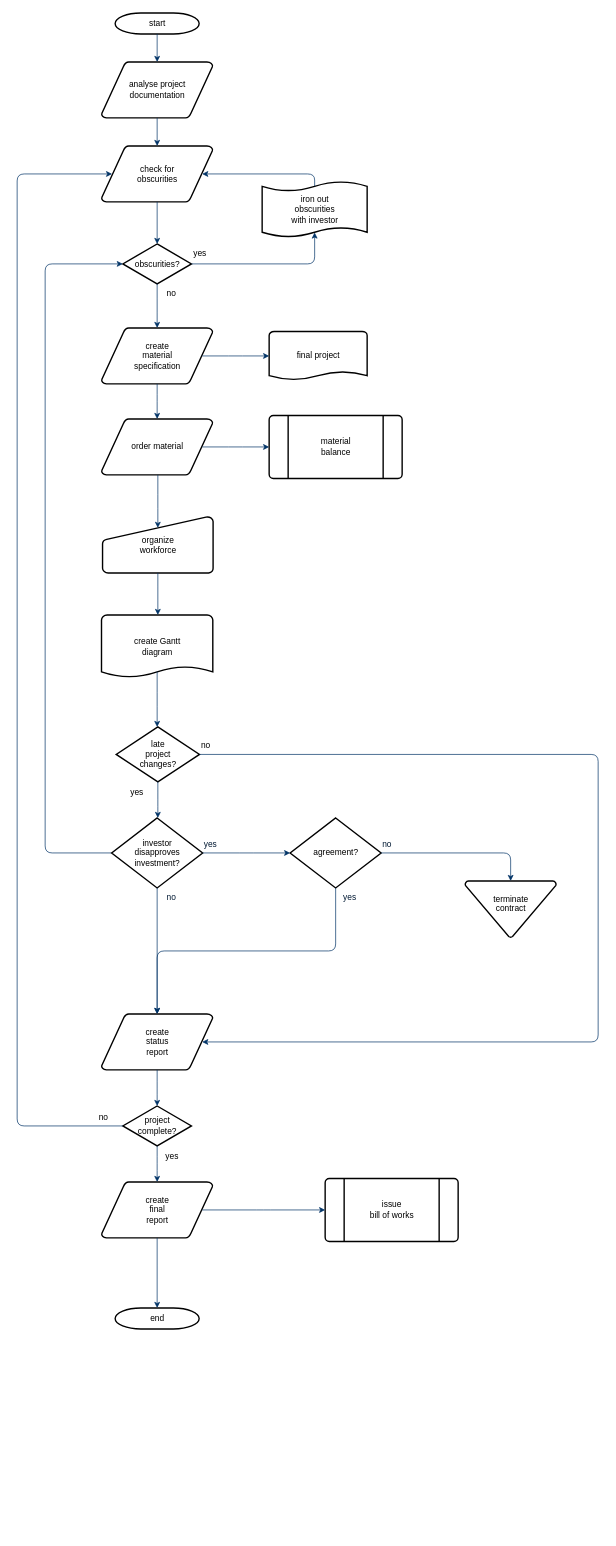
Before: Untitled Diagram.drawio in zaphodikus/EGS-loader, a draw.io diagram. Source tidied: cells renumbered, new cells numbered last; positions are measured from the earlier drawing's top-left corner, leaving out a move shared by most shapes. Both pictures are drawn from the tidied source at 70%, with x=0, y=0 at pixel (17, 13).
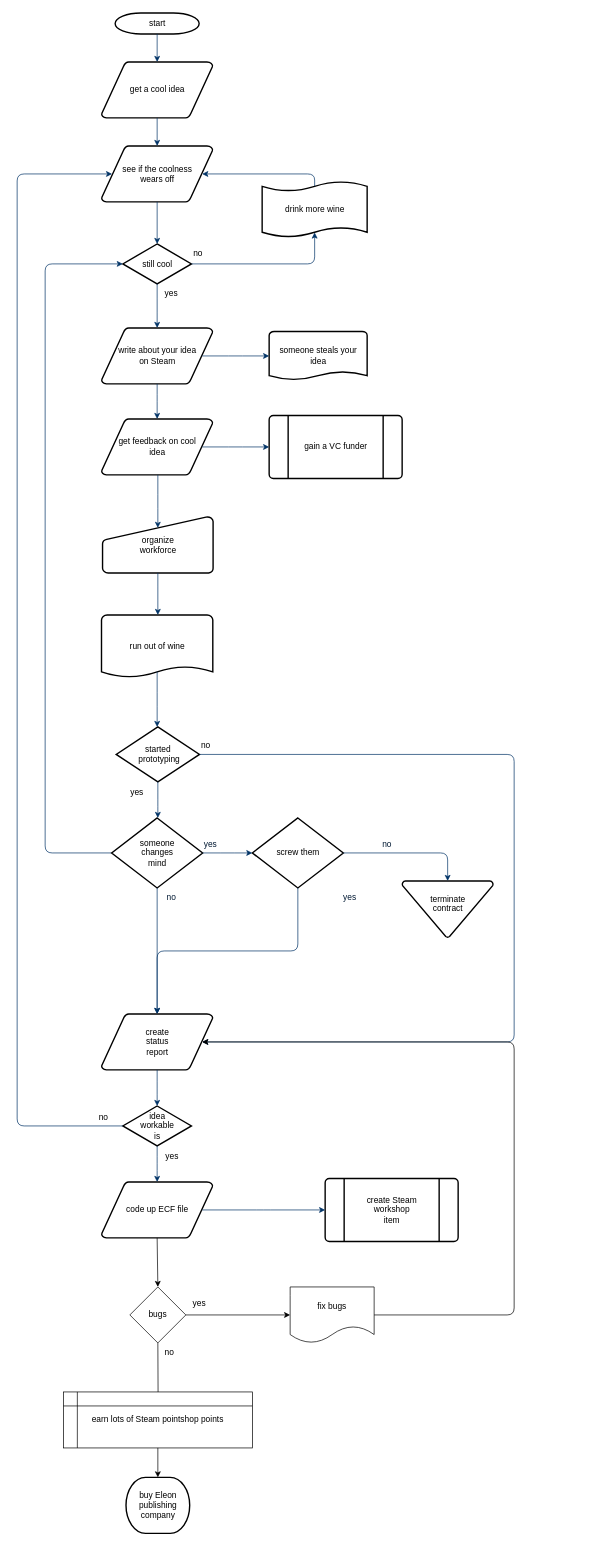
Above is the later version.

Unchanged cells that the change refers to:
```xml
<mxCell id="34" value="create&#10;status&#10;report" style="shape=mxgraph.flowchart.data;strokeWidth=2;gradientColor=none;gradientDirection=north;fontStyle=0;html=1;" parent="1" vertex="1">
  <mxGeometry x="120.5" y="1430" width="159" height="80" as="geometry" />
</mxCell>
```

The edit, as a diff of the source:
```diff
@@
-    <mxCell id="3" value="analyse project&#10; documentation" style="shape=mxgraph.flowchart.data;strokeWidth=2;gradientColor=none;gradientDirection=north;fontStyle=0;html=1;" parent="1" vertex="1">
+    <mxCell id="3" value="get a cool idea" style="shape=mxgraph.flowchart.data;strokeWidth=2;gradientColor=none;gradientDirection=north;fontStyle=0;html=1;" parent="1" vertex="1">
       <mxGeometry x="120.5" y="70" width="159" height="80" as="geometry" />
     </mxCell>
-    <mxCell id="4" value="create&#10;material&#10;specification" style="shape=mxgraph.flowchart.data;strokeWidth=2;gradientColor=none;gradientDirection=north;fontStyle=0;html=1;" parent="1" vertex="1">
+    <mxCell id="4" value="write about your idea&lt;br&gt;on Steam" style="shape=mxgraph.flowchart.data;strokeWidth=2;gradientColor=none;gradientDirection=north;fontStyle=0;html=1;" parent="1" vertex="1">
       <mxGeometry x="120.5" y="450" width="159" height="80" as="geometry" />
     </mxCell>
-    <mxCell id="5" value="check for&#10;obscurities" style="shape=mxgraph.flowchart.data;strokeWidth=2;gradientColor=none;gradientDirection=north;fontStyle=0;html=1;" parent="1" vertex="1">
+    <mxCell id="5" value="see if the coolness&lt;br&gt;wears off" style="shape=mxgraph.flowchart.data;strokeWidth=2;gradientColor=none;gradientDirection=north;fontStyle=0;html=1;" parent="1" vertex="1">
       <mxGeometry x="120.5" y="190" width="159" height="80" as="geometry" />
     </mxCell>
-    <mxCell id="6" value="obscurities?" style="shape=mxgraph.flowchart.decision;strokeWidth=2;gradientColor=none;gradientDirection=north;fontStyle=0;html=1;" parent="1" vertex="1">
+    <mxCell id="6" value="still cool" style="shape=mxgraph.flowchart.decision;strokeWidth=2;gradientColor=none;gradientDirection=north;fontStyle=0;html=1;" parent="1" vertex="1">
       <mxGeometry x="151" y="330" width="98" height="57" as="geometry" />
     </mxCell>
@@
-    <mxCell id="11" value="yes" style="text;fontStyle=0;html=1;strokeColor=none;gradientColor=none;fillColor=none;strokeWidth=2;" parent="1" vertex="1">
+    <mxCell id="11" value="no" style="text;fontStyle=0;html=1;strokeColor=none;gradientColor=none;fillColor=none;strokeWidth=2;" parent="1" vertex="1">
       <mxGeometry x="250" y="330" width="40" height="26" as="geometry" />
     </mxCell>
@@
-    <mxCell id="13" value="order material" style="shape=mxgraph.flowchart.data;strokeWidth=2;gradientColor=none;gradientDirection=north;fontStyle=0;html=1;" parent="1" vertex="1">
+    <mxCell id="13" value="get feedback on cool&lt;br&gt;idea" style="shape=mxgraph.flowchart.data;strokeWidth=2;gradientColor=none;gradientDirection=north;fontStyle=0;html=1;" parent="1" vertex="1">
       <mxGeometry x="120.5" y="580" width="159" height="80" as="geometry" />
     </mxCell>
-    <mxCell id="14" value="no" style="text;fontStyle=0;html=1;strokeColor=none;gradientColor=none;fillColor=none;strokeWidth=2;align=center;" parent="1" vertex="1">
+    <mxCell id="14" value="yes" style="text;fontStyle=0;html=1;strokeColor=none;gradientColor=none;fillColor=none;strokeWidth=2;align=center;" parent="1" vertex="1">
       <mxGeometry x="200" y="387" width="40" height="26" as="geometry" />
     </mxCell>
-    <mxCell id="15" value="final project" style="shape=mxgraph.flowchart.document;strokeWidth=2;gradientColor=none;gradientDirection=north;fontStyle=0;html=1;" parent="1" vertex="1">
+    <mxCell id="15" value="someone steals your &lt;br&gt;idea" style="shape=mxgraph.flowchart.document;strokeWidth=2;gradientColor=none;gradientDirection=north;fontStyle=0;html=1;" parent="1" vertex="1">
       <mxGeometry x="360" y="455" width="140" height="70" as="geometry" />
     </mxCell>
@@
-    <mxCell id="18" value="material&#10;balance" style="shape=mxgraph.flowchart.predefined_process;strokeWidth=2;gradientColor=none;gradientDirection=north;fontStyle=0;html=1;" parent="1" vertex="1">
+    <mxCell id="18" value="gain a VC funder" style="shape=mxgraph.flowchart.predefined_process;strokeWidth=2;gradientColor=none;gradientDirection=north;fontStyle=0;html=1;" parent="1" vertex="1">
       <mxGeometry x="360" y="575" width="190" height="90" as="geometry" />
     </mxCell>
@@
-    <mxCell id="22" value="create Gantt&#10;diagram" style="shape=mxgraph.flowchart.document;strokeWidth=2;gradientColor=none;gradientDirection=north;fontStyle=0;html=1;" parent="1" vertex="1">
+    <mxCell id="22" value="run out of wine" style="shape=mxgraph.flowchart.document;strokeWidth=2;gradientColor=none;gradientDirection=north;fontStyle=0;html=1;" parent="1" vertex="1">
       <mxGeometry x="120.5" y="860" width="159" height="90" as="geometry" />
     </mxCell>
@@
-    <mxCell id="24" value="late&#10;project&#10;changes?" style="shape=mxgraph.flowchart.decision;strokeWidth=2;gradientColor=none;gradientDirection=north;fontStyle=0;html=1;" parent="1" vertex="1">
+    <mxCell id="24" value="started&lt;br&gt;&amp;nbsp;prototyping" style="shape=mxgraph.flowchart.decision;strokeWidth=2;gradientColor=none;gradientDirection=north;fontStyle=0;html=1;" parent="1" vertex="1">
       <mxGeometry x="141.5" y="1020" width="119" height="78.5" as="geometry" />
     </mxCell>
@@
-    <mxCell id="28" value="investor&#10;disapproves&#10; investment?" style="shape=mxgraph.flowchart.decision;strokeWidth=2;gradientColor=none;gradientDirection=north;fontStyle=0;html=1;" parent="1" vertex="1">
+    <mxCell id="28" value="someone &lt;br&gt;changes&lt;br&gt;mind" style="shape=mxgraph.flowchart.decision;strokeWidth=2;gradientColor=none;gradientDirection=north;fontStyle=0;html=1;" parent="1" vertex="1">
       <mxGeometry x="135" y="1150" width="130" height="100" as="geometry" />
     </mxCell>
-    <mxCell id="29" value="agreement?" style="shape=mxgraph.flowchart.decision;strokeWidth=2;gradientColor=none;gradientDirection=north;fontStyle=0;html=1;" parent="1" vertex="1">
-      <mxGeometry x="390" y="1150" width="130" height="100" as="geometry" />
+    <mxCell id="29" value="screw them" style="shape=mxgraph.flowchart.decision;strokeWidth=2;gradientColor=none;gradientDirection=north;fontStyle=0;html=1;" parent="1" vertex="1">
+      <mxGeometry x="336" y="1150" width="130" height="100" as="geometry" />
     </mxCell>
@@
     <mxCell id="32" value="terminate&#10;contract&#10;" style="shape=mxgraph.flowchart.merge_or_storage;strokeWidth=2;gradientColor=none;gradientDirection=north;fontStyle=0;html=1;" parent="1" vertex="1">
-      <mxGeometry x="640" y="1240" width="130" height="80.5" as="geometry" />
+      <mxGeometry x="550" y="1240" width="130" height="80.5" as="geometry" />
     </mxCell>
@@
-    <mxCell id="37" value="project&#10;complete?" style="shape=mxgraph.flowchart.decision;strokeWidth=2;gradientColor=none;gradientDirection=north;fontStyle=0;html=1;" parent="1" vertex="1">
+    <mxCell id="37" value="idea&lt;br&gt;workable&lt;br&gt;is" style="shape=mxgraph.flowchart.decision;strokeWidth=2;gradientColor=none;gradientDirection=north;fontStyle=0;html=1;" parent="1" vertex="1">
       <mxGeometry x="151" y="1561.5" width="98" height="57" as="geometry" />
     </mxCell>
-    <mxCell id="38" value="create&#10;final&#10;report" style="shape=mxgraph.flowchart.data;strokeWidth=2;gradientColor=none;gradientDirection=north;fontStyle=0;html=1;" parent="1" vertex="1">
+    <mxCell id="38" value="code up ECF file" style="shape=mxgraph.flowchart.data;strokeWidth=2;gradientColor=none;gradientDirection=north;fontStyle=0;html=1;" parent="1" vertex="1">
       <mxGeometry x="120.5" y="1670" width="159" height="80" as="geometry" />
     </mxCell>
-    <mxCell id="39" value="issue&#10;bill of works" style="shape=mxgraph.flowchart.predefined_process;strokeWidth=2;gradientColor=none;gradientDirection=north;fontStyle=0;html=1;" parent="1" vertex="1">
+    <mxCell id="39" value="create Steam &lt;br&gt;workshop &lt;br&gt;item" style="shape=mxgraph.flowchart.predefined_process;strokeWidth=2;gradientColor=none;gradientDirection=north;fontStyle=0;html=1;" parent="1" vertex="1">
       <mxGeometry x="440" y="1665" width="190" height="90" as="geometry" />
     </mxCell>
-    <mxCell id="40" value="end" style="shape=mxgraph.flowchart.terminator;strokeWidth=2;gradientColor=none;gradientDirection=north;fontStyle=0;html=1;" parent="1" vertex="1">
-      <mxGeometry x="140" y="1850" width="120" height="30" as="geometry" />
-    </mxCell>
@@
-    <mxCell id="43" style="edgeStyle=elbowEdgeStyle;elbow=vertical;exitX=0.5;exitY=1;exitPerimeter=0;entryX=0.5;entryY=0;entryPerimeter=0;fontStyle=1;strokeColor=#003366;strokeWidth=1;html=1;" parent="1" edge="1" source="38" target="40">
-      <mxGeometry as="geometry" />
-    </mxCell>
@@
     <mxCell id="45" style="edgeStyle=elbowEdgeStyle;elbow=horizontal;exitX=1;exitY=0.5;exitPerimeter=0;entryX=0.905;entryY=0.5;entryPerimeter=0;fontStyle=1;strokeColor=#003366;strokeWidth=1;html=1;" parent="1" edge="1" source="24" target="34">
       <mxGeometry as="geometry">
         <Array as="points">
+          <mxPoint x="710" y="1270" />
           <mxPoint x="830" y="1260" />
         </Array>
       </mxGeometry>
     </mxCell>
@@
-    <mxCell id="51" value="iron out&#10;obscurities &#10;with investor" style="shape=mxgraph.flowchart.paper_tape;strokeWidth=2;gradientColor=none;gradientDirection=north;fontStyle=0;html=1;" parent="1" vertex="1">
+    <mxCell id="51" value="drink more wine" style="shape=mxgraph.flowchart.paper_tape;strokeWidth=2;gradientColor=none;gradientDirection=north;fontStyle=0;html=1;" parent="1" vertex="1">
       <mxGeometry x="350" y="240" width="150" height="81" as="geometry" />
     </mxCell>
@@
+    <mxCell id="56" value="bugs" style="rhombus;whiteSpace=wrap;html=1;" parent="1" vertex="1">
+      <mxGeometry x="161" y="1820" width="80" height="80" as="geometry" />
+    </mxCell>
+    <mxCell id="57" style="endArrow=classic;html=1;exitX=1;exitY=0.5;exitDx=0;exitDy=0;" parent="1" edge="1" source="56" target="58">
+      <mxGeometry relative="1" as="geometry" />
+    </mxCell>
+    <mxCell id="58" value="fix bugs" style="shape=document;whiteSpace=wrap;html=1;boundedLbl=1;" parent="1" vertex="1">
+      <mxGeometry x="390" y="1820" width="120" height="80" as="geometry" />
+    </mxCell>
+    <mxCell id="59" style="endArrow=classic;html=1;exitX=0.5;exitY=1;exitDx=0;exitDy=0;exitPerimeter=0;entryX=0.5;entryY=0;entryDx=0;entryDy=0;" parent="1" edge="1" source="38" target="56">
+      <mxGeometry relative="1" as="geometry" />
+    </mxCell>
+    <mxCell id="60" style="endArrow=classic;html=1;entryX=0.5;entryY=0;entryDx=0;entryDy=0;entryPerimeter=0;exitX=0.5;exitY=1;exitDx=0;exitDy=0;" parent="1" edge="1" source="56">
+      <mxGeometry relative="1" as="geometry">
+        <mxPoint x="201.5" y="2008" as="targetPoint" />
+      </mxGeometry>
+    </mxCell>
+    <mxCell id="61" style="endArrow=classic;html=1;exitX=1;exitY=0.5;exitDx=0;exitDy=0;entryX=0.905;entryY=0.5;entryDx=0;entryDy=0;entryPerimeter=0;" parent="1" edge="1" source="58" target="34">
+      <mxGeometry relative="1" as="geometry">
+        <Array as="points">
+          <mxPoint x="710" y="1860" />
+          <mxPoint x="710" y="1470" />
+        </Array>
+      </mxGeometry>
+    </mxCell>
+    <mxCell id="62" value="yes" style="text;fontStyle=0;html=1;strokeColor=none;gradientColor=none;fillColor=none;strokeWidth=2;align=center;" parent="1" vertex="1">
+      <mxGeometry x="239.5" y="1830" width="40" height="26" as="geometry" />
+    </mxCell>
+    <mxCell id="63" value="no" style="text;fontStyle=0;html=1;strokeColor=none;gradientColor=none;fillColor=none;strokeWidth=2;" parent="1" vertex="1">
+      <mxGeometry x="209" y="1900" width="40" height="26" as="geometry" />
+    </mxCell>
+    <mxCell id="64" value="earn lots of Steam pointshop points" style="shape=internalStorage;whiteSpace=wrap;html=1;backgroundOutline=1;" parent="1" vertex="1">
+      <mxGeometry x="66" y="1970" width="270" height="80" as="geometry" />
+    </mxCell>
+    <mxCell id="65" value="buy Eleon&lt;br&gt;publishing company" style="strokeWidth=2;html=1;shape=mxgraph.flowchart.terminator;whiteSpace=wrap;" parent="1" vertex="1">
+      <mxGeometry x="155.5" y="2092" width="91" height="80" as="geometry" />
+    </mxCell>
+    <mxCell id="66" style="endArrow=classic;html=1;exitX=0.5;exitY=1;exitDx=0;exitDy=0;entryX=0.5;entryY=0;entryDx=0;entryDy=0;entryPerimeter=0;" parent="1" edge="1" source="64" target="65">
+      <mxGeometry relative="1" as="geometry" />
+    </mxCell>
```
